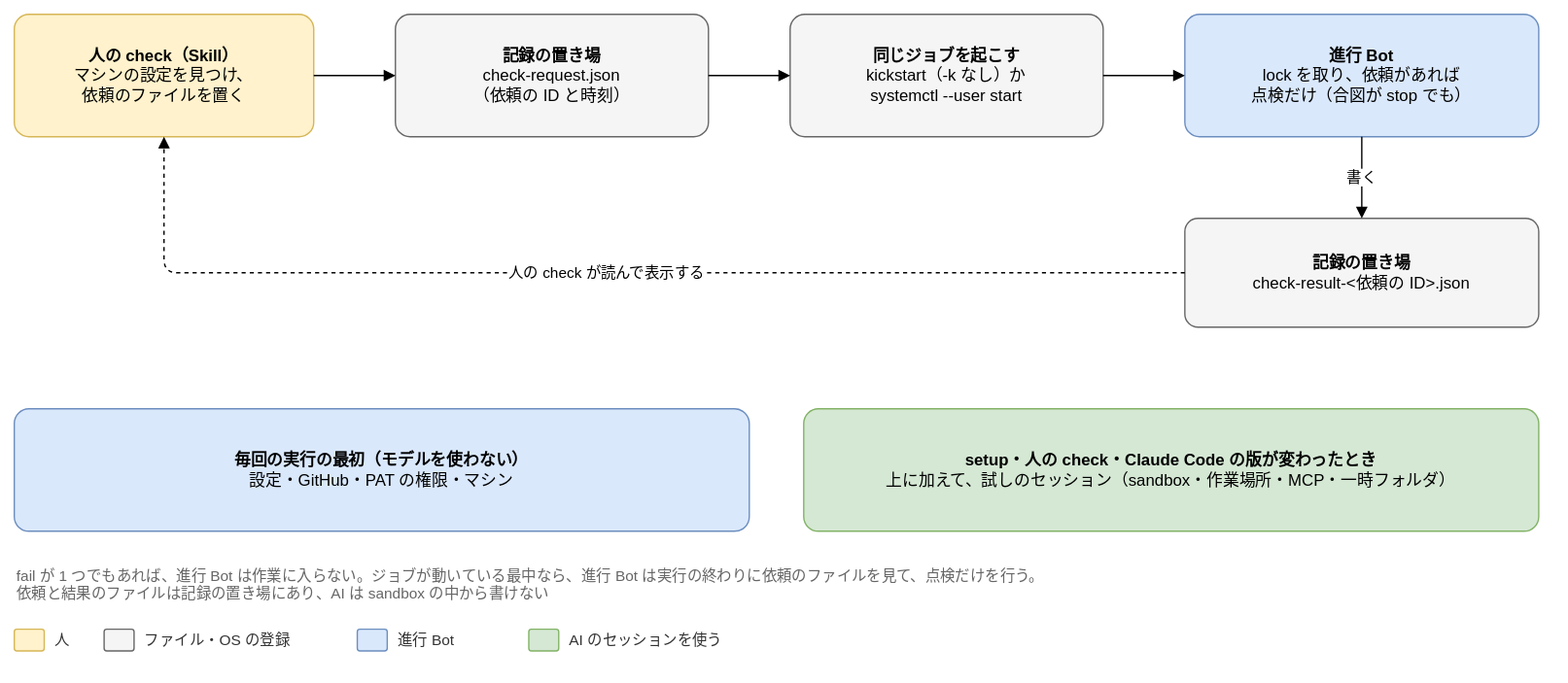
Earlier version of the draw.io export docs/design/basic/diagrams/04-check.drawio.svg (Joymerrevent/dev-autopilot). Source tidied: cells renumbered, new cells last; positions are measured from the earlier drawing's top-left corner, leaving out a move shared by most shapes. Source of this version:
```xml
<mxGraphModel background="#ffffff">
  <root>
    <mxCell id="0" />
    <mxCell id="1" parent="0" />
    <mxCell id="2" value="&lt;b&gt;人の check（Skill）&lt;/b&gt;&lt;br&gt;マシンの設定を見つけ、&lt;br&gt;依頼のファイルを置く" style="rounded=1;whiteSpace=wrap;html=1;fontSize=12;arcSize=12;spacing=12;fillColor=#fff2cc;strokeColor=#d6b656;" parent="1" vertex="1">
      <mxGeometry width="220" height="90" as="geometry" />
    </mxCell>
    <mxCell id="3" value="&lt;b&gt;記録の置き場&lt;/b&gt;&lt;br&gt;check-request.json&lt;br&gt;（依頼の ID と時刻）" style="rounded=1;whiteSpace=wrap;html=1;fontSize=12;arcSize=12;spacing=12;fillColor=#f5f5f5;strokeColor=#666666;" parent="1" vertex="1">
      <mxGeometry x="280" width="230" height="90" as="geometry" />
    </mxCell>
    <mxCell id="4" value="&lt;b&gt;同じジョブを起こす&lt;/b&gt;&lt;br&gt;kickstart（-k なし）か&lt;br&gt;systemctl --user start" style="rounded=1;whiteSpace=wrap;html=1;fontSize=12;arcSize=12;spacing=12;fillColor=#f5f5f5;strokeColor=#666666;" parent="1" vertex="1">
      <mxGeometry x="570" width="230" height="90" as="geometry" />
    </mxCell>
    <mxCell id="5" value="&lt;b&gt;進行 Bot&lt;/b&gt;&lt;br&gt;lock を取り、依頼があれば&lt;br&gt;点検だけ（合図が stop でも）" style="rounded=1;whiteSpace=wrap;html=1;fontSize=12;arcSize=12;spacing=12;fillColor=#dae8fc;strokeColor=#6c8ebf;" parent="1" vertex="1">
      <mxGeometry x="860" width="260" height="90" as="geometry" />
    </mxCell>
    <mxCell id="6" value="&lt;b&gt;記録の置き場&lt;/b&gt;&lt;br&gt;check-result-&amp;lt;依頼の ID&amp;gt;.json" style="rounded=1;whiteSpace=wrap;html=1;fontSize=12;arcSize=12;spacing=12;fillColor=#f5f5f5;strokeColor=#666666;" parent="1" vertex="1">
      <mxGeometry x="860" y="150" width="260" height="80" as="geometry" />
    </mxCell>
    <mxCell id="7" style="edgeStyle=orthogonalEdgeStyle;rounded=1;html=1;endArrow=block;endFill=1;fontSize=11;labelBackgroundColor=#ffffff;exitX=1;exitY=0.5;exitDx=0;exitDy=0;entryX=0;entryY=0.5;entryDx=0;entryDy=0;" parent="1" edge="1" source="2" target="3">
      <mxGeometry relative="1" as="geometry" />
    </mxCell>
    <mxCell id="8" style="edgeStyle=orthogonalEdgeStyle;rounded=1;html=1;endArrow=block;endFill=1;fontSize=11;labelBackgroundColor=#ffffff;exitX=1;exitY=0.5;exitDx=0;exitDy=0;entryX=0;entryY=0.5;entryDx=0;entryDy=0;" parent="1" edge="1" source="3" target="4">
      <mxGeometry relative="1" as="geometry" />
    </mxCell>
    <mxCell id="9" style="edgeStyle=orthogonalEdgeStyle;rounded=1;html=1;endArrow=block;endFill=1;fontSize=11;labelBackgroundColor=#ffffff;exitX=1;exitY=0.5;exitDx=0;exitDy=0;entryX=0;entryY=0.5;entryDx=0;entryDy=0;" parent="1" edge="1" source="4" target="5">
      <mxGeometry relative="1" as="geometry" />
    </mxCell>
    <mxCell id="10" value="書く" style="edgeStyle=orthogonalEdgeStyle;rounded=1;html=1;endArrow=block;endFill=1;fontSize=11;labelBackgroundColor=#ffffff;exitX=0.5;exitY=1;exitDx=0;exitDy=0;entryX=0.5;entryY=0;entryDx=0;entryDy=0;" parent="1" edge="1" source="5" target="6">
      <mxGeometry relative="1" as="geometry" />
    </mxCell>
    <mxCell id="11" value="人の check が読んで表示する" style="edgeStyle=orthogonalEdgeStyle;rounded=1;html=1;endArrow=block;endFill=1;fontSize=11;labelBackgroundColor=#ffffff;dashed=1;exitX=0;exitY=0.5;exitDx=0;exitDy=0;entryX=0.5;entryY=1;entryDx=0;entryDy=0;" parent="1" edge="1" source="6" target="2">
      <mxGeometry relative="1" as="geometry">
        <Array as="points">
          <mxPoint x="110" y="190" />
        </Array>
      </mxGeometry>
    </mxCell>
    <mxCell id="12" value="&lt;b&gt;毎回の実行の最初（モデルを使わない）&lt;/b&gt;&lt;br&gt;設定・GitHub・PAT の権限・マシン" style="rounded=1;whiteSpace=wrap;html=1;fontSize=12;arcSize=12;spacing=12;fillColor=#dae8fc;strokeColor=#6c8ebf;" parent="1" vertex="1">
      <mxGeometry y="290" width="540" height="90" as="geometry" />
    </mxCell>
    <mxCell id="13" value="&lt;b&gt;setup・人の check・Claude Code の版が変わったとき&lt;/b&gt;&lt;br&gt;上に加えて、試しのセッション（sandbox・作業場所・MCP・一時フォルダ）" style="rounded=1;whiteSpace=wrap;html=1;fontSize=12;arcSize=12;spacing=12;fillColor=#d5e8d4;strokeColor=#82b366;" parent="1" vertex="1">
      <mxGeometry x="580" y="290" width="540" height="90" as="geometry" />
    </mxCell>
    <mxCell id="14" value="fail が 1 つでもあれば、進行 Bot は作業に入らない。ジョブが動いている最中なら、進行 Bot は実行の終わりに依頼のファイルを見て、点検だけを行う。&lt;br&gt;依頼と結果のファイルは記録の置き場にあり、AI は sandbox の中から書けない" style="text;html=1;whiteSpace=wrap;align=left;verticalAlign=top;fontSize=11;fontColor=#666666;" parent="1" vertex="1">
      <mxGeometry y="400" width="1120" height="36" as="geometry" />
    </mxCell>
    <mxCell id="15" style="rounded=1;whiteSpace=wrap;html=1;fontSize=12;arcSize=12;spacing=12;fillColor=#fff2cc;strokeColor=#d6b656;" parent="1" vertex="1">
      <mxGeometry y="452" width="22" height="16" as="geometry" />
    </mxCell>
    <mxCell id="16" value="人" style="text;html=1;align=left;verticalAlign=middle;fontSize=11;fontColor=#333333;" parent="1" vertex="1">
      <mxGeometry x="28" y="450" width="22" height="20" as="geometry" />
    </mxCell>
    <mxCell id="17" style="rounded=1;whiteSpace=wrap;html=1;fontSize=12;arcSize=12;spacing=12;fillColor=#f5f5f5;strokeColor=#666666;" parent="1" vertex="1">
      <mxGeometry x="66" y="452" width="22" height="16" as="geometry" />
    </mxCell>
    <mxCell id="18" value="ファイル・OS の登録" style="text;html=1;align=left;verticalAlign=middle;fontSize=11;fontColor=#333333;" parent="1" vertex="1">
      <mxGeometry x="94" y="450" width="142" height="20" as="geometry" />
    </mxCell>
    <mxCell id="19" style="rounded=1;whiteSpace=wrap;html=1;fontSize=12;arcSize=12;spacing=12;fillColor=#dae8fc;strokeColor=#6c8ebf;" parent="1" vertex="1">
      <mxGeometry x="252" y="452" width="22" height="16" as="geometry" />
    </mxCell>
    <mxCell id="20" value="進行 Bot" style="text;html=1;align=left;verticalAlign=middle;fontSize=11;fontColor=#333333;" parent="1" vertex="1">
      <mxGeometry x="280" y="450" width="82" height="20" as="geometry" />
    </mxCell>
    <mxCell id="21" style="rounded=1;whiteSpace=wrap;html=1;fontSize=12;arcSize=12;spacing=12;fillColor=#d5e8d4;strokeColor=#82b366;" parent="1" vertex="1">
      <mxGeometry x="378" y="452" width="22" height="16" as="geometry" />
    </mxCell>
    <mxCell id="22" value="AI のセッションを使う" style="text;html=1;align=left;verticalAlign=middle;fontSize=11;fontColor=#333333;" parent="1" vertex="1">
      <mxGeometry x="406" y="450" width="154" height="20" as="geometry" />
    </mxCell>
  </root>
</mxGraphModel>
```
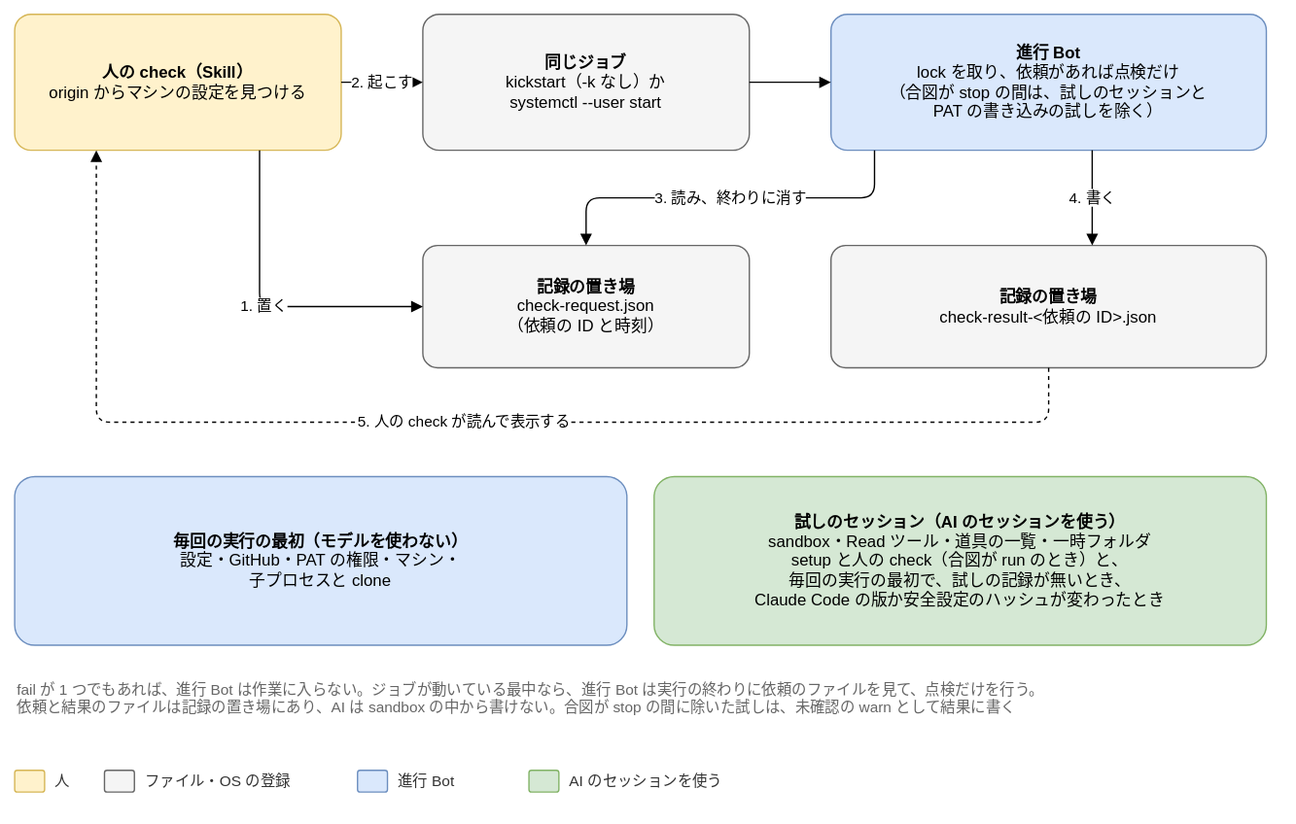
The same file after the commit.

Change to the diagram source:
```diff
@@ -2,72 +2,81 @@
   <root>
     <mxCell id="0" />
     <mxCell id="1" parent="0" />
-    <mxCell id="2" value="&lt;b&gt;人の check（Skill）&lt;/b&gt;&lt;br&gt;マシンの設定を見つけ、&lt;br&gt;依頼のファイルを置く" style="rounded=1;whiteSpace=wrap;html=1;fontSize=12;arcSize=12;spacing=12;fillColor=#fff2cc;strokeColor=#d6b656;" parent="1" vertex="1">
-      <mxGeometry width="220" height="90" as="geometry" />
+    <mxCell id="2" value="&lt;b&gt;人の check（Skill）&lt;/b&gt;&lt;br&gt;origin からマシンの設定を見つける" style="rounded=1;whiteSpace=wrap;html=1;fontSize=12;arcSize=12;spacing=12;fillColor=#fff2cc;strokeColor=#d6b656;" parent="1" vertex="1">
+      <mxGeometry width="240" height="100" as="geometry" />
     </mxCell>
-    <mxCell id="3" value="&lt;b&gt;記録の置き場&lt;/b&gt;&lt;br&gt;check-request.json&lt;br&gt;（依頼の ID と時刻）" style="rounded=1;whiteSpace=wrap;html=1;fontSize=12;arcSize=12;spacing=12;fillColor=#f5f5f5;strokeColor=#666666;" parent="1" vertex="1">
-      <mxGeometry x="280" width="230" height="90" as="geometry" />
-    </mxCell>
-    <mxCell id="4" value="&lt;b&gt;同じジョブを起こす&lt;/b&gt;&lt;br&gt;kickstart（-k なし）か&lt;br&gt;systemctl --user start" style="rounded=1;whiteSpace=wrap;html=1;fontSize=12;arcSize=12;spacing=12;fillColor=#f5f5f5;strokeColor=#666666;" parent="1" vertex="1">
-      <mxGeometry x="570" width="230" height="90" as="geometry" />
+    <mxCell id="4" value="&lt;b&gt;同じジョブ&lt;/b&gt;&lt;br&gt;kickstart（-k なし）か&lt;br&gt;systemctl --user start" style="rounded=1;whiteSpace=wrap;html=1;fontSize=12;arcSize=12;spacing=12;fillColor=#f5f5f5;strokeColor=#666666;" parent="1" vertex="1">
+      <mxGeometry x="300" width="240" height="100" as="geometry" />
     </mxCell>
-    <mxCell id="5" value="&lt;b&gt;進行 Bot&lt;/b&gt;&lt;br&gt;lock を取り、依頼があれば&lt;br&gt;点検だけ（合図が stop でも）" style="rounded=1;whiteSpace=wrap;html=1;fontSize=12;arcSize=12;spacing=12;fillColor=#dae8fc;strokeColor=#6c8ebf;" parent="1" vertex="1">
-      <mxGeometry x="860" width="260" height="90" as="geometry" />
+    <mxCell id="5" value="&lt;b&gt;進行 Bot&lt;/b&gt;&lt;br&gt;lock を取り、依頼があれば点検だけ&lt;br&gt;（合図が stop の間は、試しのセッションと&lt;br&gt;PAT の書き込みの試しを除く）" style="rounded=1;whiteSpace=wrap;html=1;fontSize=12;arcSize=12;spacing=12;fillColor=#dae8fc;strokeColor=#6c8ebf;" parent="1" vertex="1">
+      <mxGeometry x="600" width="320" height="100" as="geometry" />
     </mxCell>
+    <mxCell id="3" value="&lt;b&gt;記録の置き場&lt;/b&gt;&lt;br&gt;check-request.json&lt;br&gt;（依頼の ID と時刻）" style="rounded=1;whiteSpace=wrap;html=1;fontSize=12;arcSize=12;spacing=12;fillColor=#f5f5f5;strokeColor=#666666;" parent="1" vertex="1">
+      <mxGeometry x="300" y="170" width="240" height="90" as="geometry" />
+    </mxCell>
     <mxCell id="6" value="&lt;b&gt;記録の置き場&lt;/b&gt;&lt;br&gt;check-result-&amp;lt;依頼の ID&amp;gt;.json" style="rounded=1;whiteSpace=wrap;html=1;fontSize=12;arcSize=12;spacing=12;fillColor=#f5f5f5;strokeColor=#666666;" parent="1" vertex="1">
-      <mxGeometry x="860" y="150" width="260" height="80" as="geometry" />
+      <mxGeometry x="600" y="170" width="320" height="90" as="geometry" />
     </mxCell>
-    <mxCell id="7" style="edgeStyle=orthogonalEdgeStyle;rounded=1;html=1;endArrow=block;endFill=1;fontSize=11;labelBackgroundColor=#ffffff;exitX=1;exitY=0.5;exitDx=0;exitDy=0;entryX=0;entryY=0.5;entryDx=0;entryDy=0;" parent="1" edge="1" source="2" target="3">
+    <mxCell id="7" value="1. 置く" style="edgeStyle=orthogonalEdgeStyle;rounded=1;html=1;endArrow=block;endFill=1;fontSize=11;labelBackgroundColor=#ffffff;exitX=0.75;exitY=1;exitDx=0;exitDy=0;entryX=0;entryY=0.5;entryDx=0;entryDy=0;" parent="1" edge="1" source="2" target="3">
       <mxGeometry relative="1" as="geometry" />
     </mxCell>
-    <mxCell id="8" style="edgeStyle=orthogonalEdgeStyle;rounded=1;html=1;endArrow=block;endFill=1;fontSize=11;labelBackgroundColor=#ffffff;exitX=1;exitY=0.5;exitDx=0;exitDy=0;entryX=0;entryY=0.5;entryDx=0;entryDy=0;" parent="1" edge="1" source="3" target="4">
-      <mxGeometry relative="1" as="geometry" />
-    </mxCell>
+    <mxCell id="23" value="2. 起こす" style="edgeStyle=orthogonalEdgeStyle;rounded=1;html=1;endArrow=block;endFill=1;fontSize=11;labelBackgroundColor=#ffffff;exitX=1;exitY=0.5;exitDx=0;exitDy=0;entryX=0;entryY=0.5;entryDx=0;entryDy=0;" parent="1" edge="1" source="2" target="4">
+      <mxGeometry relative="1" as="geometry" />
+    </mxCell>
     <mxCell id="9" style="edgeStyle=orthogonalEdgeStyle;rounded=1;html=1;endArrow=block;endFill=1;fontSize=11;labelBackgroundColor=#ffffff;exitX=1;exitY=0.5;exitDx=0;exitDy=0;entryX=0;entryY=0.5;entryDx=0;entryDy=0;" parent="1" edge="1" source="4" target="5">
       <mxGeometry relative="1" as="geometry" />
     </mxCell>
+    <mxCell id="24" value="3. 読み、終わりに消す" style="edgeStyle=orthogonalEdgeStyle;rounded=1;html=1;endArrow=block;endFill=1;fontSize=11;labelBackgroundColor=#ffffff;exitX=0.1;exitY=1;exitDx=0;exitDy=0;entryX=0.5;entryY=0;entryDx=0;entryDy=0;" parent="1" edge="1" source="5" target="3">
+      <mxGeometry relative="1" as="geometry">
+        <Array as="points">
+          <mxPoint x="632" y="135" />
+          <mxPoint x="420" y="135" />
+        </Array>
+      </mxGeometry>
+    </mxCell>
-    <mxCell id="10" value="書く" style="edgeStyle=orthogonalEdgeStyle;rounded=1;html=1;endArrow=block;endFill=1;fontSize=11;labelBackgroundColor=#ffffff;exitX=0.5;exitY=1;exitDx=0;exitDy=0;entryX=0.5;entryY=0;entryDx=0;entryDy=0;" parent="1" edge="1" source="5" target="6">
+    <mxCell id="10" value="4. 書く" style="edgeStyle=orthogonalEdgeStyle;rounded=1;html=1;endArrow=block;endFill=1;fontSize=11;labelBackgroundColor=#ffffff;exitX=0.6;exitY=1;exitDx=0;exitDy=0;entryX=0.6;entryY=0;entryDx=0;entryDy=0;" parent="1" edge="1" source="5" target="6">
       <mxGeometry relative="1" as="geometry" />
     </mxCell>
-    <mxCell id="11" value="人の check が読んで表示する" style="edgeStyle=orthogonalEdgeStyle;rounded=1;html=1;endArrow=block;endFill=1;fontSize=11;labelBackgroundColor=#ffffff;dashed=1;exitX=0;exitY=0.5;exitDx=0;exitDy=0;entryX=0.5;entryY=1;entryDx=0;entryDy=0;" parent="1" edge="1" source="6" target="2">
+    <mxCell id="11" value="5. 人の check が読んで表示する" style="edgeStyle=orthogonalEdgeStyle;rounded=1;html=1;endArrow=block;endFill=1;fontSize=11;labelBackgroundColor=#ffffff;dashed=1;exitX=0.5;exitY=1;exitDx=0;exitDy=0;entryX=0.25;entryY=1;entryDx=0;entryDy=0;" parent="1" edge="1" source="6" target="2">
       <mxGeometry relative="1" as="geometry">
         <Array as="points">
-          <mxPoint x="110" y="190" />
+          <mxPoint x="760" y="300" />
+          <mxPoint x="60" y="300" />
         </Array>
       </mxGeometry>
     </mxCell>
-    <mxCell id="12" value="&lt;b&gt;毎回の実行の最初（モデルを使わない）&lt;/b&gt;&lt;br&gt;設定・GitHub・PAT の権限・マシン" style="rounded=1;whiteSpace=wrap;html=1;fontSize=12;arcSize=12;spacing=12;fillColor=#dae8fc;strokeColor=#6c8ebf;" parent="1" vertex="1">
-      <mxGeometry y="290" width="540" height="90" as="geometry" />
+    <mxCell id="12" value="&lt;b&gt;毎回の実行の最初（モデルを使わない）&lt;/b&gt;&lt;br&gt;設定・GitHub・PAT の権限・マシン・&lt;br&gt;子プロセスと clone" style="rounded=1;whiteSpace=wrap;html=1;fontSize=12;arcSize=12;spacing=12;fillColor=#dae8fc;strokeColor=#6c8ebf;" parent="1" vertex="1">
+      <mxGeometry y="340" width="450" height="124" as="geometry" />
     </mxCell>
-    <mxCell id="13" value="&lt;b&gt;setup・人の check・Claude Code の版が変わったとき&lt;/b&gt;&lt;br&gt;上に加えて、試しのセッション（sandbox・作業場所・MCP・一時フォルダ）" style="rounded=1;whiteSpace=wrap;html=1;fontSize=12;arcSize=12;spacing=12;fillColor=#d5e8d4;strokeColor=#82b366;" parent="1" vertex="1">
-      <mxGeometry x="580" y="290" width="540" height="90" as="geometry" />
+    <mxCell id="13" value="&lt;b&gt;試しのセッション（AI のセッションを使う）&lt;/b&gt;&lt;br&gt;sandbox・Read ツール・道具の一覧・一時フォルダ&lt;br&gt;setup と人の check（合図が run のとき）と、&lt;br&gt;毎回の実行の最初で、試しの記録が無いとき、&lt;br&gt;Claude Code の版か安全設定のハッシュが変わったとき" style="rounded=1;whiteSpace=wrap;html=1;fontSize=12;arcSize=12;spacing=12;fillColor=#d5e8d4;strokeColor=#82b366;" parent="1" vertex="1">
+      <mxGeometry x="470" y="340" width="450" height="124" as="geometry" />
     </mxCell>
-    <mxCell id="14" value="fail が 1 つでもあれば、進行 Bot は作業に入らない。ジョブが動いている最中なら、進行 Bot は実行の終わりに依頼のファイルを見て、点検だけを行う。&lt;br&gt;依頼と結果のファイルは記録の置き場にあり、AI は sandbox の中から書けない" style="text;html=1;whiteSpace=wrap;align=left;verticalAlign=top;fontSize=11;fontColor=#666666;" parent="1" vertex="1">
-      <mxGeometry y="400" width="1120" height="36" as="geometry" />
+    <mxCell id="14" value="fail が 1 つでもあれば、進行 Bot は作業に入らない。ジョブが動いている最中なら、進行 Bot は実行の終わりに依頼のファイルを見て、点検だけを行う。&lt;br&gt;依頼と結果のファイルは記録の置き場にあり、AI は sandbox の中から書けない。合図が stop の間に除いた試しは、未確認の warn として結果に書く" style="text;html=1;whiteSpace=wrap;align=left;verticalAlign=top;fontSize=11;fontColor=#666666;" parent="1" vertex="1">
+      <mxGeometry y="484" width="920" height="54" as="geometry" />
     </mxCell>
     <mxCell id="15" style="rounded=1;whiteSpace=wrap;html=1;fontSize=12;arcSize=12;spacing=12;fillColor=#fff2cc;strokeColor=#d6b656;" parent="1" vertex="1">
-      <mxGeometry y="452" width="22" height="16" as="geometry" />
+      <mxGeometry y="556" width="22" height="16" as="geometry" />
     </mxCell>
     <mxCell id="16" value="人" style="text;html=1;align=left;verticalAlign=middle;fontSize=11;fontColor=#333333;" parent="1" vertex="1">
-      <mxGeometry x="28" y="450" width="22" height="20" as="geometry" />
+      <mxGeometry x="28" y="554" width="22" height="20" as="geometry" />
     </mxCell>
     <mxCell id="17" style="rounded=1;whiteSpace=wrap;html=1;fontSize=12;arcSize=12;spacing=12;fillColor=#f5f5f5;strokeColor=#666666;" parent="1" vertex="1">
-      <mxGeometry x="66" y="452" width="22" height="16" as="geometry" />
+      <mxGeometry x="66" y="556" width="22" height="16" as="geometry" />
     </mxCell>
     <mxCell id="18" value="ファイル・OS の登録" style="text;html=1;align=left;verticalAlign=middle;fontSize=11;fontColor=#333333;" parent="1" vertex="1">
-      <mxGeometry x="94" y="450" width="142" height="20" as="geometry" />
+      <mxGeometry x="94" y="554" width="142" height="20" as="geometry" />
     </mxCell>
     <mxCell id="19" style="rounded=1;whiteSpace=wrap;html=1;fontSize=12;arcSize=12;spacing=12;fillColor=#dae8fc;strokeColor=#6c8ebf;" parent="1" vertex="1">
-      <mxGeometry x="252" y="452" width="22" height="16" as="geometry" />
+      <mxGeometry x="252" y="556" width="22" height="16" as="geometry" />
     </mxCell>
     <mxCell id="20" value="進行 Bot" style="text;html=1;align=left;verticalAlign=middle;fontSize=11;fontColor=#333333;" parent="1" vertex="1">
-      <mxGeometry x="280" y="450" width="82" height="20" as="geometry" />
+      <mxGeometry x="280" y="554" width="82" height="20" as="geometry" />
     </mxCell>
     <mxCell id="21" style="rounded=1;whiteSpace=wrap;html=1;fontSize=12;arcSize=12;spacing=12;fillColor=#d5e8d4;strokeColor=#82b366;" parent="1" vertex="1">
-      <mxGeometry x="378" y="452" width="22" height="16" as="geometry" />
+      <mxGeometry x="378" y="556" width="22" height="16" as="geometry" />
     </mxCell>
     <mxCell id="22" value="AI のセッションを使う" style="text;html=1;align=left;verticalAlign=middle;fontSize=11;fontColor=#333333;" parent="1" vertex="1">
-      <mxGeometry x="406" y="450" width="154" height="20" as="geometry" />
+      <mxGeometry x="406" y="554" width="154" height="20" as="geometry" />
     </mxCell>
   </root>
 </mxGraphModel>
```
